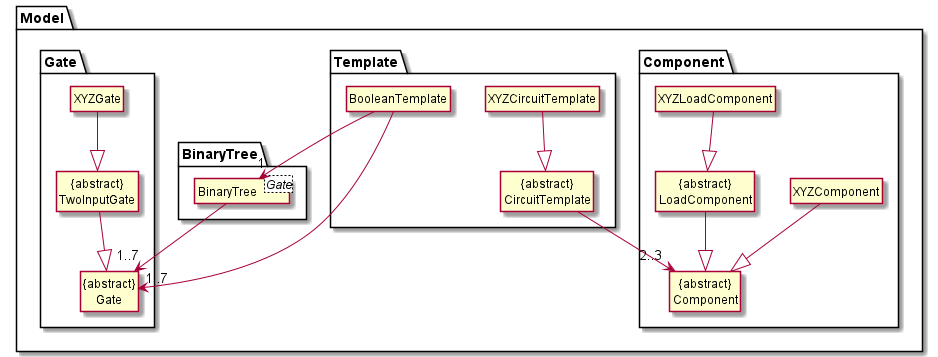
Before: docs/diagrams/ModelClassDiagram.png, a diagram exported from PlantUML (sevenseasofbri/tp).
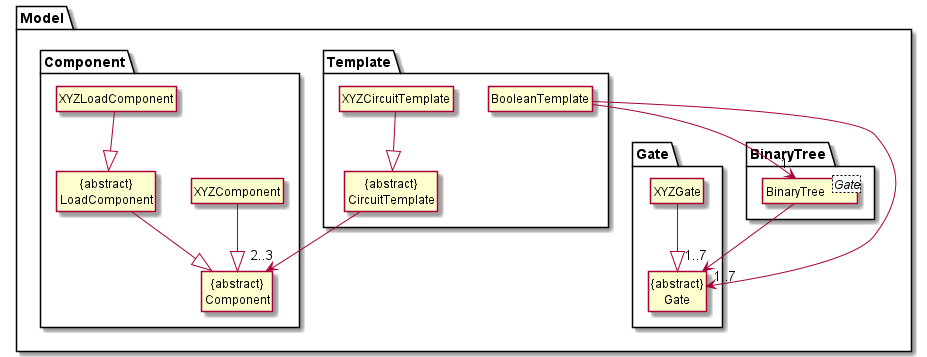
The same file after the commit.

Diff of the diagram source:
```diff
@@ -21,7 +21,6 @@
 
 package Gate {
     Class XYZGate
-    Class "{abstract}\nTwoInputGate" as TwoInput
     Class "{abstract}\nGate" as Gate
 }
 
@@ -41,7 +40,6 @@
 BooleanTemplate --> "1..7"Gate
 BinaryTree --> "1..7" Gate
 
-XYZGate --|> TwoInput
-TwoInput --|> Gate
+XYZGate --|> Gate
 
 @enduml
```
